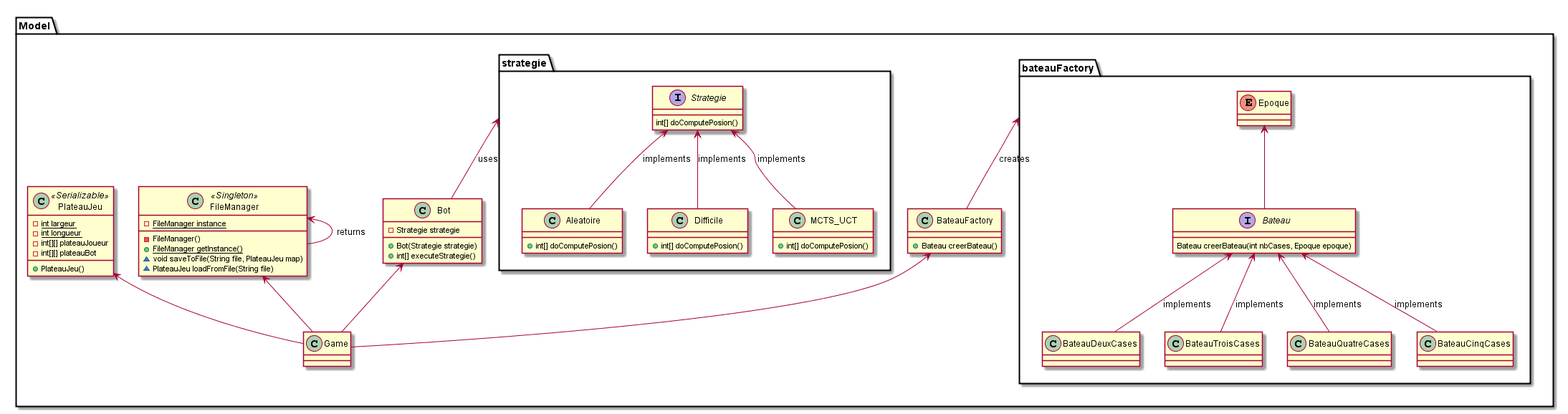
sT4R3K/batailleNavale keeps this PlantUML diagram as ClassDiagram.png. Above is the earlier version.
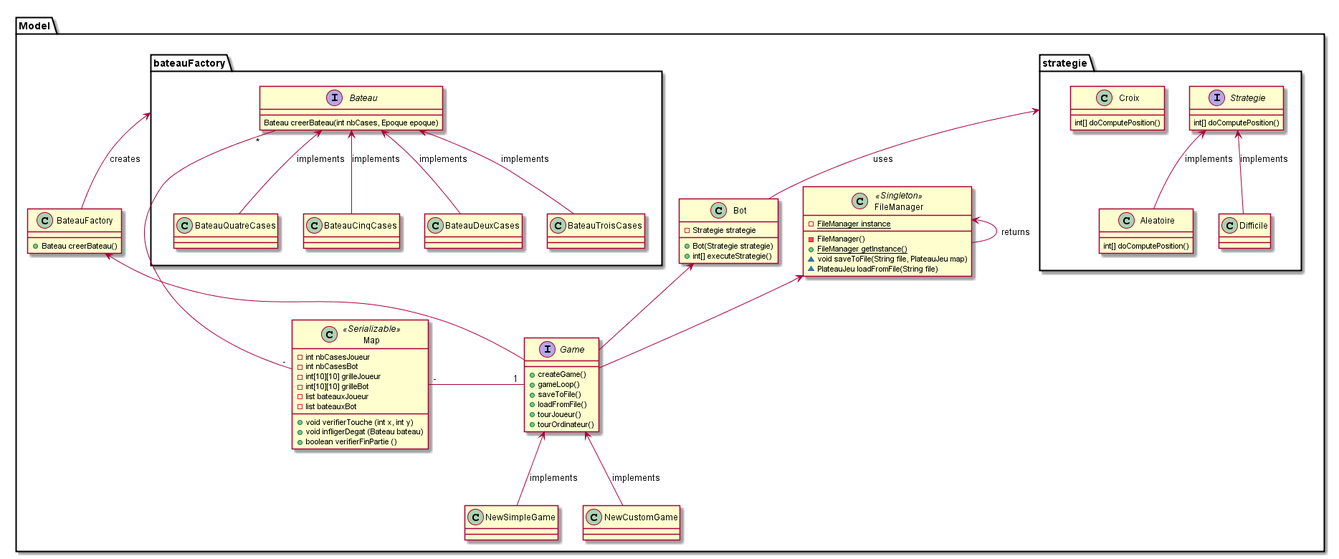
The same file after the commit.

The edit, as a diff of the source:
```diff
@@ -1,27 +1,36 @@
 @startuml
 package Model <<Folder>> {
-	class Game {
+	interface Game {
+		+createGame()
+		+gameLoop()
+		+saveToFile()
+		+loadFromFile()
+		+tourJoueur()
+		+tourOrdinateur()
 	}
+
+	class NewSimpleGame {
+	}
+	Game <-- NewSimpleGame : implements
+
+	class NewCustomGame {
+	}
+	Game <-- NewCustomGame : implements
 
 	package strategie <<Folder>> {
 		interface Strategie {
-			int[] doComputePosion()
+			int[] doComputePosition()
 		}
 
 		class Aleatoire {
-			+int[] doComputePosion()
+			int[] doComputePosition()
 		}
 		Strategie <-- Aleatoire : implements
 
-		class Difficile {
-			+int[] doComputePosion()
+		class Croix {
+			int[] doComputePosition()
 		}
 		Strategie <-- Difficile : implements
-
-		class MCTS_UCT {
-			+int[] doComputePosion()
-		}
-		Strategie <-- MCTS_UCT : implements
 	}
 
 	class Bot {
@@ -35,11 +44,6 @@
 		interface Bateau {
 			Bateau creerBateau(int nbCases, Epoque epoque)
 		}
-
-		enum Epoque {
-
-		}
-		Epoque <-- Bateau
 
 		class BateauDeuxCases {
 		}
@@ -60,13 +64,20 @@
 	}
 	bateauFactory <-- BateauFactory : creates
 
-	class PlateauJeu <<Serializable>> {
-		-{static}int largeur
-		-{static}int longueur
-		-int[][] plateauJoueur
-		-int[][] plateauBot
-		+PlateauJeu()
+	class Map <<Serializable>> {
+		-int nbCasesJoueur
+		-int nbCasesBot
+		-int[10][10] grilleJoueur
+		-int[10][10] grilleBot
+		-list bateauxJoueur
+		-list bateauxBot
+
+		+void verifierTouche (int x, int y)
+		+void infligerDegat (Bateau bateau)
+		+boolean verifierFinPartie ()
 	}
+	Map "-" - "1" Game
+	Map "-" - "*" Bateau
 
 	class FileManager <<Singleton>> {
 		-{static}FileManager instance
@@ -78,7 +89,6 @@
 	FileManager <-- FileManager : returns
 
 	FileManager <-- Game
-	PlateauJeu <-- Game
 	BateauFactory <-- Game
 	Bot <-- Game
 }
```
